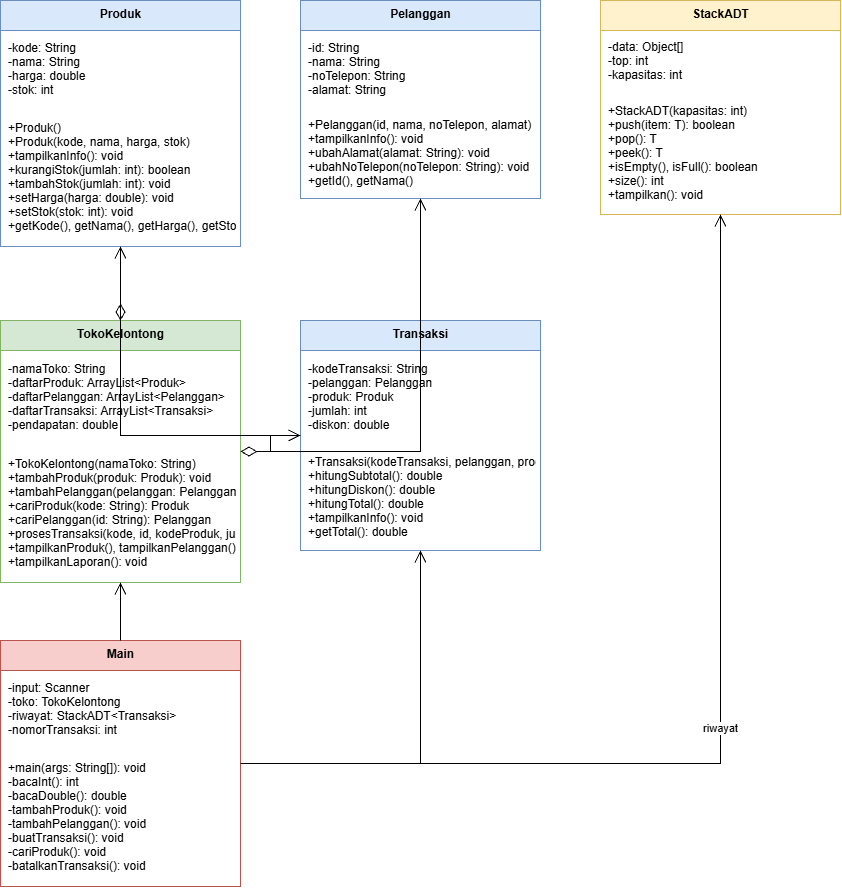
Before: diagram.drawio.png, a diagram exported from draw.io (q4ndeleu-cpu/UTS-PBO-22515062_QHARIN-PUTRI-AFIQAH). Source tidied: cells renumbered, new cells last; positions are measured from the earlier drawing's top-left corner, leaving out a move shared by most shapes. Its diagram source:
```xml
<mxGraphModel>
  <root>
    <mxCell id="0" />
    <mxCell id="1" parent="0" />
    <mxCell id="2" value="Produk" style="swimlane;fontStyle=1;align=center;verticalAlign=top;horizontal=1;startSize=30;html=1;fillColor=#dae8fc;strokeColor=#6c8ebf;" parent="1" vertex="1">
      <mxGeometry width="240" height="246" as="geometry" />
    </mxCell>
    <mxCell id="3" value="-kode: String&#10;-nama: String&#10;-harga: double&#10;-stok: int" style="text;align=left;verticalAlign=middle;spacingLeft=6;spacingRight=4;overflow=hidden;strokeColor=none;fillColor=none;" parent="2" vertex="1">
      <mxGeometry y="30" width="240" height="76" as="geometry" />
    </mxCell>
    <mxCell id="4" value="+Produk()&#10;+Produk(kode, nama, harga, stok)&#10;+tampilkanInfo(): void&#10;+kurangiStok(jumlah: int): boolean&#10;+tambahStok(jumlah: int): void&#10;+setHarga(harga: double): void&#10;+setStok(stok: int): void&#10;+getKode(), getNama(), getHarga(), getStok()" style="text;align=left;verticalAlign=middle;spacingLeft=6;spacingRight=4;overflow=hidden;strokeColor=none;fillColor=none;" parent="2" vertex="1">
      <mxGeometry y="106" width="240" height="140" as="geometry" />
    </mxCell>
    <mxCell id="5" value="Pelanggan" style="swimlane;fontStyle=1;align=center;verticalAlign=top;horizontal=1;startSize=30;html=1;fillColor=#dae8fc;strokeColor=#6c8ebf;" parent="1" vertex="1">
      <mxGeometry x="300" width="240" height="198" as="geometry" />
    </mxCell>
    <mxCell id="6" value="-id: String&#10;-nama: String&#10;-noTelepon: String&#10;-alamat: String" style="text;align=left;verticalAlign=middle;spacingLeft=6;spacingRight=4;overflow=hidden;strokeColor=none;fillColor=none;" parent="5" vertex="1">
      <mxGeometry y="30" width="240" height="76" as="geometry" />
    </mxCell>
    <mxCell id="7" value="+Pelanggan(id, nama, noTelepon, alamat)&#10;+tampilkanInfo(): void&#10;+ubahAlamat(alamat: String): void&#10;+ubahNoTelepon(noTelepon: String): void&#10;+getId(), getNama()" style="text;align=left;verticalAlign=middle;spacingLeft=6;spacingRight=4;overflow=hidden;strokeColor=none;fillColor=none;" parent="5" vertex="1">
      <mxGeometry y="106" width="240" height="92" as="geometry" />
    </mxCell>
    <mxCell id="8" value="StackADT&lt;T&gt;" style="swimlane;fontStyle=1;align=center;verticalAlign=top;horizontal=1;startSize=30;html=1;fillColor=#fff2cc;strokeColor=#d6b656;" parent="1" vertex="1">
      <mxGeometry x="600" width="240" height="214" as="geometry" />
    </mxCell>
    <mxCell id="9" value="-data: Object[]&#10;-top: int&#10;-kapasitas: int" style="text;align=left;verticalAlign=middle;spacingLeft=6;spacingRight=4;overflow=hidden;strokeColor=none;fillColor=none;" parent="8" vertex="1">
      <mxGeometry y="30" width="240" height="60" as="geometry" />
    </mxCell>
    <mxCell id="10" value="+StackADT(kapasitas: int)&#10;+push(item: T): boolean&#10;+pop(): T&#10;+peek(): T&#10;+isEmpty(), isFull(): boolean&#10;+size(): int&#10;+tampilkan(): void" style="text;align=left;verticalAlign=middle;spacingLeft=6;spacingRight=4;overflow=hidden;strokeColor=none;fillColor=none;" parent="8" vertex="1">
      <mxGeometry y="90" width="240" height="124" as="geometry" />
    </mxCell>
    <mxCell id="11" value="TokoKelontong" style="swimlane;fontStyle=1;align=center;verticalAlign=top;horizontal=1;startSize=30;html=1;fillColor=#d5e8d4;strokeColor=#82b366;" parent="1" vertex="1">
      <mxGeometry y="320" width="240" height="262" as="geometry" />
    </mxCell>
    <mxCell id="12" value="-namaToko: String&#10;-daftarProduk: ArrayList&lt;Produk&gt;&#10;-daftarPelanggan: ArrayList&lt;Pelanggan&gt;&#10;-daftarTransaksi: ArrayList&lt;Transaksi&gt;&#10;-pendapatan: double" style="text;align=left;verticalAlign=middle;spacingLeft=6;spacingRight=4;overflow=hidden;strokeColor=none;fillColor=none;" parent="11" vertex="1">
      <mxGeometry y="30" width="240" height="92" as="geometry" />
    </mxCell>
    <mxCell id="13" value="+TokoKelontong(namaToko: String)&#10;+tambahProduk(produk: Produk): void&#10;+tambahPelanggan(pelanggan: Pelanggan): void&#10;+cariProduk(kode: String): Produk&#10;+cariPelanggan(id: String): Pelanggan&#10;+prosesTransaksi(kode, id, kodeProduk, jumlah, diskon): Transaksi&#10;+tampilkanProduk(), tampilkanPelanggan(): void&#10;+tampilkanLaporan(): void" style="text;align=left;verticalAlign=middle;spacingLeft=6;spacingRight=4;overflow=hidden;strokeColor=none;fillColor=none;" parent="11" vertex="1">
      <mxGeometry y="122" width="240" height="140" as="geometry" />
    </mxCell>
    <mxCell id="14" value="Transaksi" style="swimlane;fontStyle=1;align=center;verticalAlign=top;horizontal=1;startSize=30;html=1;fillColor=#dae8fc;strokeColor=#6c8ebf;" parent="1" vertex="1">
      <mxGeometry x="300" y="320" width="240" height="230" as="geometry" />
    </mxCell>
    <mxCell id="15" value="-kodeTransaksi: String&#10;-pelanggan: Pelanggan&#10;-produk: Produk&#10;-jumlah: int&#10;-diskon: double" style="text;align=left;verticalAlign=middle;spacingLeft=6;spacingRight=4;overflow=hidden;strokeColor=none;fillColor=none;" parent="14" vertex="1">
      <mxGeometry y="30" width="240" height="92" as="geometry" />
    </mxCell>
    <mxCell id="16" value="+Transaksi(kodeTransaksi, pelanggan, produk, jumlah, diskon)&#10;+hitungSubtotal(): double&#10;+hitungDiskon(): double&#10;+hitungTotal(): double&#10;+tampilkanInfo(): void&#10;+getTotal(): double" style="text;align=left;verticalAlign=middle;spacingLeft=6;spacingRight=4;overflow=hidden;strokeColor=none;fillColor=none;" parent="14" vertex="1">
      <mxGeometry y="122" width="240" height="108" as="geometry" />
    </mxCell>
    <mxCell id="17" value="Main" style="swimlane;fontStyle=1;align=center;verticalAlign=top;horizontal=1;startSize=30;html=1;fillColor=#f8cecc;strokeColor=#b85450;" parent="1" vertex="1">
      <mxGeometry y="640" width="240" height="246" as="geometry" />
    </mxCell>
    <mxCell id="18" value="-input: Scanner&#10;-toko: TokoKelontong&#10;-riwayat: StackADT&lt;Transaksi&gt;&#10;-nomorTransaksi: int" style="text;align=left;verticalAlign=middle;spacingLeft=6;spacingRight=4;overflow=hidden;strokeColor=none;fillColor=none;" parent="17" vertex="1">
      <mxGeometry y="30" width="240" height="76" as="geometry" />
    </mxCell>
    <mxCell id="19" value="+main(args: String[]): void&#10;-bacaInt(): int&#10;-bacaDouble(): double&#10;-tambahProduk(): void&#10;-tambahPelanggan(): void&#10;-buatTransaksi(): void&#10;-cariProduk(): void&#10;-batalkanTransaksi(): void" style="text;align=left;verticalAlign=middle;spacingLeft=6;spacingRight=4;overflow=hidden;strokeColor=none;fillColor=none;" parent="17" vertex="1">
      <mxGeometry y="106" width="240" height="140" as="geometry" />
    </mxCell>
    <mxCell id="20" style="edgeStyle=orthogonalEdgeStyle;rounded=0;html=1;startArrow=diamondThin;startFill=0;startSize=14;endArrow=open;endFill=0;endSize=10;" parent="1" edge="1" source="11" target="2">
      <mxGeometry relative="1" as="geometry" />
    </mxCell>
    <mxCell id="21" style="edgeStyle=orthogonalEdgeStyle;rounded=0;html=1;startArrow=diamondThin;startFill=0;startSize=14;endArrow=open;endFill=0;endSize=10;" parent="1" edge="1" source="11" target="5">
      <mxGeometry relative="1" as="geometry" />
    </mxCell>
    <mxCell id="22" style="edgeStyle=orthogonalEdgeStyle;rounded=0;html=1;startArrow=diamondThin;startFill=0;startSize=14;endArrow=open;endFill=0;endSize=10;" parent="1" edge="1" source="11" target="14">
      <mxGeometry relative="1" as="geometry" />
    </mxCell>
    <mxCell id="23" style="edgeStyle=orthogonalEdgeStyle;rounded=0;html=1;endArrow=open;endSize=10;" parent="1" edge="1" source="14" target="5">
      <mxGeometry relative="1" as="geometry" />
    </mxCell>
    <mxCell id="24" style="edgeStyle=orthogonalEdgeStyle;rounded=0;html=1;endArrow=open;endSize=10;" parent="1" edge="1" source="14" target="2">
      <mxGeometry relative="1" as="geometry" />
    </mxCell>
    <mxCell id="25" style="edgeStyle=orthogonalEdgeStyle;rounded=0;html=1;endArrow=open;endSize=10;" parent="1" edge="1" source="17" target="11">
      <mxGeometry relative="1" as="geometry" />
    </mxCell>
    <mxCell id="26" style="edgeStyle=orthogonalEdgeStyle;rounded=0;html=1;endArrow=open;endSize=10;" parent="1" edge="1" source="17" target="14">
      <mxGeometry relative="1" as="geometry" />
    </mxCell>
    <mxCell id="27" value="riwayat" style="edgeStyle=orthogonalEdgeStyle;rounded=0;html=1;endArrow=open;endSize=10;labelBackgroundColor=default;" parent="1" edge="1" source="17" target="8">
      <mxGeometry relative="1" as="geometry" />
    </mxCell>
  </root>
</mxGraphModel>
```
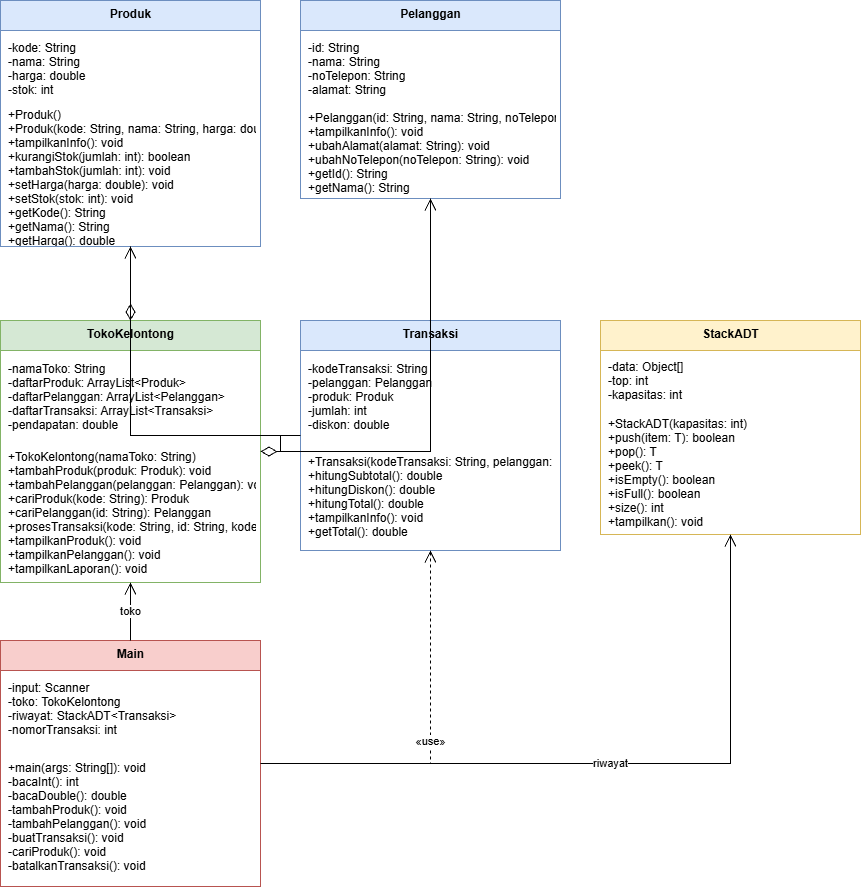
After the commit.

What changed in the source:
```diff
@@ -3,66 +3,66 @@
     <mxCell id="0" />
     <mxCell id="1" parent="0" />
     <mxCell id="2" value="Produk" style="swimlane;fontStyle=1;align=center;verticalAlign=top;horizontal=1;startSize=30;html=1;fillColor=#dae8fc;strokeColor=#6c8ebf;" parent="1" vertex="1">
-      <mxGeometry width="240" height="246" as="geometry" />
+      <mxGeometry width="260" height="246" as="geometry" />
     </mxCell>
     <mxCell id="3" value="-kode: String&#10;-nama: String&#10;-harga: double&#10;-stok: int" style="text;align=left;verticalAlign=middle;spacingLeft=6;spacingRight=4;overflow=hidden;strokeColor=none;fillColor=none;" parent="2" vertex="1">
-      <mxGeometry y="30" width="240" height="76" as="geometry" />
+      <mxGeometry y="30" width="260" height="76" as="geometry" />
     </mxCell>
-    <mxCell id="4" value="+Produk()&#10;+Produk(kode, nama, harga, stok)&#10;+tampilkanInfo(): void&#10;+kurangiStok(jumlah: int): boolean&#10;+tambahStok(jumlah: int): void&#10;+setHarga(harga: double): void&#10;+setStok(stok: int): void&#10;+getKode(), getNama(), getHarga(), getStok()" style="text;align=left;verticalAlign=middle;spacingLeft=6;spacingRight=4;overflow=hidden;strokeColor=none;fillColor=none;" parent="2" vertex="1">
-      <mxGeometry y="106" width="240" height="140" as="geometry" />
+    <mxCell id="4" value="+Produk()&#10;+Produk(kode: String, nama: String, harga: double, stok: int)&#10;+tampilkanInfo(): void&#10;+kurangiStok(jumlah: int): boolean&#10;+tambahStok(jumlah: int): void&#10;+setHarga(harga: double): void&#10;+setStok(stok: int): void&#10;+getKode(): String&#10;+getNama(): String&#10;+getHarga(): double&#10;+getStok(): int" style="text;align=left;verticalAlign=middle;spacingLeft=6;spacingRight=4;overflow=hidden;strokeColor=none;fillColor=none;" parent="2" vertex="1">
+      <mxGeometry y="106" width="260" height="140" as="geometry" />
     </mxCell>
     <mxCell id="5" value="Pelanggan" style="swimlane;fontStyle=1;align=center;verticalAlign=top;horizontal=1;startSize=30;html=1;fillColor=#dae8fc;strokeColor=#6c8ebf;" parent="1" vertex="1">
-      <mxGeometry x="300" width="240" height="198" as="geometry" />
+      <mxGeometry x="300" width="260" height="198" as="geometry" />
     </mxCell>
     <mxCell id="6" value="-id: String&#10;-nama: String&#10;-noTelepon: String&#10;-alamat: String" style="text;align=left;verticalAlign=middle;spacingLeft=6;spacingRight=4;overflow=hidden;strokeColor=none;fillColor=none;" parent="5" vertex="1">
-      <mxGeometry y="30" width="240" height="76" as="geometry" />
+      <mxGeometry y="30" width="260" height="76" as="geometry" />
     </mxCell>
-    <mxCell id="7" value="+Pelanggan(id, nama, noTelepon, alamat)&#10;+tampilkanInfo(): void&#10;+ubahAlamat(alamat: String): void&#10;+ubahNoTelepon(noTelepon: String): void&#10;+getId(), getNama()" style="text;align=left;verticalAlign=middle;spacingLeft=6;spacingRight=4;overflow=hidden;strokeColor=none;fillColor=none;" parent="5" vertex="1">
-      <mxGeometry y="106" width="240" height="92" as="geometry" />
+    <mxCell id="7" value="+Pelanggan(id: String, nama: String, noTelepon: String, alamat: String)&#10;+tampilkanInfo(): void&#10;+ubahAlamat(alamat: String): void&#10;+ubahNoTelepon(noTelepon: String): void&#10;+getId(): String&#10;+getNama(): String" style="text;align=left;verticalAlign=middle;spacingLeft=6;spacingRight=4;overflow=hidden;strokeColor=none;fillColor=none;" parent="5" vertex="1">
+      <mxGeometry y="106" width="260" height="92" as="geometry" />
     </mxCell>
-    <mxCell id="8" value="StackADT&lt;T&gt;" style="swimlane;fontStyle=1;align=center;verticalAlign=top;horizontal=1;startSize=30;html=1;fillColor=#fff2cc;strokeColor=#d6b656;" parent="1" vertex="1">
-      <mxGeometry x="600" width="240" height="214" as="geometry" />
-    </mxCell>
-    <mxCell id="9" value="-data: Object[]&#10;-top: int&#10;-kapasitas: int" style="text;align=left;verticalAlign=middle;spacingLeft=6;spacingRight=4;overflow=hidden;strokeColor=none;fillColor=none;" parent="8" vertex="1">
-      <mxGeometry y="30" width="240" height="60" as="geometry" />
-    </mxCell>
-    <mxCell id="10" value="+StackADT(kapasitas: int)&#10;+push(item: T): boolean&#10;+pop(): T&#10;+peek(): T&#10;+isEmpty(), isFull(): boolean&#10;+size(): int&#10;+tampilkan(): void" style="text;align=left;verticalAlign=middle;spacingLeft=6;spacingRight=4;overflow=hidden;strokeColor=none;fillColor=none;" parent="8" vertex="1">
-      <mxGeometry y="90" width="240" height="124" as="geometry" />
-    </mxCell>
     <mxCell id="11" value="TokoKelontong" style="swimlane;fontStyle=1;align=center;verticalAlign=top;horizontal=1;startSize=30;html=1;fillColor=#d5e8d4;strokeColor=#82b366;" parent="1" vertex="1">
-      <mxGeometry y="320" width="240" height="262" as="geometry" />
+      <mxGeometry y="320" width="260" height="262" as="geometry" />
     </mxCell>
     <mxCell id="12" value="-namaToko: String&#10;-daftarProduk: ArrayList&lt;Produk&gt;&#10;-daftarPelanggan: ArrayList&lt;Pelanggan&gt;&#10;-daftarTransaksi: ArrayList&lt;Transaksi&gt;&#10;-pendapatan: double" style="text;align=left;verticalAlign=middle;spacingLeft=6;spacingRight=4;overflow=hidden;strokeColor=none;fillColor=none;" parent="11" vertex="1">
-      <mxGeometry y="30" width="240" height="92" as="geometry" />
+      <mxGeometry y="30" width="260" height="92" as="geometry" />
     </mxCell>
-    <mxCell id="13" value="+TokoKelontong(namaToko: String)&#10;+tambahProduk(produk: Produk): void&#10;+tambahPelanggan(pelanggan: Pelanggan): void&#10;+cariProduk(kode: String): Produk&#10;+cariPelanggan(id: String): Pelanggan&#10;+prosesTransaksi(kode, id, kodeProduk, jumlah, diskon): Transaksi&#10;+tampilkanProduk(), tampilkanPelanggan(): void&#10;+tampilkanLaporan(): void" style="text;align=left;verticalAlign=middle;spacingLeft=6;spacingRight=4;overflow=hidden;strokeColor=none;fillColor=none;" parent="11" vertex="1">
-      <mxGeometry y="122" width="240" height="140" as="geometry" />
+    <mxCell id="13" value="+TokoKelontong(namaToko: String)&#10;+tambahProduk(produk: Produk): void&#10;+tambahPelanggan(pelanggan: Pelanggan): void&#10;+cariProduk(kode: String): Produk&#10;+cariPelanggan(id: String): Pelanggan&#10;+prosesTransaksi(kode: String, id: String, kodeProduk: String, jumlah: int, diskon: double): Transaksi&#10;+tampilkanProduk(): void&#10;+tampilkanPelanggan(): void&#10;+tampilkanLaporan(): void" style="text;align=left;verticalAlign=middle;spacingLeft=6;spacingRight=4;overflow=hidden;strokeColor=none;fillColor=none;" parent="11" vertex="1">
+      <mxGeometry y="122" width="260" height="140" as="geometry" />
     </mxCell>
     <mxCell id="14" value="Transaksi" style="swimlane;fontStyle=1;align=center;verticalAlign=top;horizontal=1;startSize=30;html=1;fillColor=#dae8fc;strokeColor=#6c8ebf;" parent="1" vertex="1">
-      <mxGeometry x="300" y="320" width="240" height="230" as="geometry" />
+      <mxGeometry x="300" y="320" width="260" height="230" as="geometry" />
     </mxCell>
     <mxCell id="15" value="-kodeTransaksi: String&#10;-pelanggan: Pelanggan&#10;-produk: Produk&#10;-jumlah: int&#10;-diskon: double" style="text;align=left;verticalAlign=middle;spacingLeft=6;spacingRight=4;overflow=hidden;strokeColor=none;fillColor=none;" parent="14" vertex="1">
-      <mxGeometry y="30" width="240" height="92" as="geometry" />
+      <mxGeometry y="30" width="260" height="92" as="geometry" />
     </mxCell>
-    <mxCell id="16" value="+Transaksi(kodeTransaksi, pelanggan, produk, jumlah, diskon)&#10;+hitungSubtotal(): double&#10;+hitungDiskon(): double&#10;+hitungTotal(): double&#10;+tampilkanInfo(): void&#10;+getTotal(): double" style="text;align=left;verticalAlign=middle;spacingLeft=6;spacingRight=4;overflow=hidden;strokeColor=none;fillColor=none;" parent="14" vertex="1">
-      <mxGeometry y="122" width="240" height="108" as="geometry" />
+    <mxCell id="16" value="+Transaksi(kodeTransaksi: String, pelanggan: Pelanggan, produk: Produk, jumlah: int, diskon: double)&#10;+hitungSubtotal(): double&#10;+hitungDiskon(): double&#10;+hitungTotal(): double&#10;+tampilkanInfo(): void&#10;+getTotal(): double" style="text;align=left;verticalAlign=middle;spacingLeft=6;spacingRight=4;overflow=hidden;strokeColor=none;fillColor=none;" parent="14" vertex="1">
+      <mxGeometry y="122" width="260" height="108" as="geometry" />
     </mxCell>
+    <mxCell id="8" value="StackADT&lt;T&gt;" style="swimlane;fontStyle=1;align=center;verticalAlign=top;horizontal=1;startSize=30;html=1;fillColor=#fff2cc;strokeColor=#d6b656;" parent="1" vertex="1">
+      <mxGeometry x="600" y="320" width="260" height="214" as="geometry" />
+    </mxCell>
+    <mxCell id="9" value="-data: Object[]&#10;-top: int&#10;-kapasitas: int" style="text;align=left;verticalAlign=middle;spacingLeft=6;spacingRight=4;overflow=hidden;strokeColor=none;fillColor=none;" parent="8" vertex="1">
+      <mxGeometry y="30" width="260" height="60" as="geometry" />
+    </mxCell>
+    <mxCell id="10" value="+StackADT(kapasitas: int)&#10;+push(item: T): boolean&#10;+pop(): T&#10;+peek(): T&#10;+isEmpty(): boolean&#10;+isFull(): boolean&#10;+size(): int&#10;+tampilkan(): void" style="text;align=left;verticalAlign=middle;spacingLeft=6;spacingRight=4;overflow=hidden;strokeColor=none;fillColor=none;" parent="8" vertex="1">
+      <mxGeometry y="90" width="260" height="124" as="geometry" />
+    </mxCell>
     <mxCell id="17" value="Main" style="swimlane;fontStyle=1;align=center;verticalAlign=top;horizontal=1;startSize=30;html=1;fillColor=#f8cecc;strokeColor=#b85450;" parent="1" vertex="1">
-      <mxGeometry y="640" width="240" height="246" as="geometry" />
+      <mxGeometry y="640" width="260" height="246" as="geometry" />
     </mxCell>
     <mxCell id="18" value="-input: Scanner&#10;-toko: TokoKelontong&#10;-riwayat: StackADT&lt;Transaksi&gt;&#10;-nomorTransaksi: int" style="text;align=left;verticalAlign=middle;spacingLeft=6;spacingRight=4;overflow=hidden;strokeColor=none;fillColor=none;" parent="17" vertex="1">
-      <mxGeometry y="30" width="240" height="76" as="geometry" />
+      <mxGeometry y="30" width="260" height="76" as="geometry" />
     </mxCell>
     <mxCell id="19" value="+main(args: String[]): void&#10;-bacaInt(): int&#10;-bacaDouble(): double&#10;-tambahProduk(): void&#10;-tambahPelanggan(): void&#10;-buatTransaksi(): void&#10;-cariProduk(): void&#10;-batalkanTransaksi(): void" style="text;align=left;verticalAlign=middle;spacingLeft=6;spacingRight=4;overflow=hidden;strokeColor=none;fillColor=none;" parent="17" vertex="1">
-      <mxGeometry y="106" width="240" height="140" as="geometry" />
+      <mxGeometry y="106" width="260" height="140" as="geometry" />
     </mxCell>
-    <mxCell id="20" style="edgeStyle=orthogonalEdgeStyle;rounded=0;html=1;startArrow=diamondThin;startFill=0;startSize=14;endArrow=open;endFill=0;endSize=10;" parent="1" edge="1" source="11" target="2">
+    <mxCell id="20" style="edgeStyle=orthogonalEdgeStyle;rounded=0;html=1;startArrow=diamondThin;startFill=0;startSize=14;endArrow=none;" parent="1" edge="1" source="11" target="2">
       <mxGeometry relative="1" as="geometry" />
     </mxCell>
-    <mxCell id="21" style="edgeStyle=orthogonalEdgeStyle;rounded=0;html=1;startArrow=diamondThin;startFill=0;startSize=14;endArrow=open;endFill=0;endSize=10;" parent="1" edge="1" source="11" target="5">
+    <mxCell id="21" style="edgeStyle=orthogonalEdgeStyle;rounded=0;html=1;startArrow=diamondThin;startFill=0;startSize=14;endArrow=none;" parent="1" edge="1" source="11" target="5">
       <mxGeometry relative="1" as="geometry" />
     </mxCell>
-    <mxCell id="22" style="edgeStyle=orthogonalEdgeStyle;rounded=0;html=1;startArrow=diamondThin;startFill=0;startSize=14;endArrow=open;endFill=0;endSize=10;" parent="1" edge="1" source="11" target="14">
+    <mxCell id="22" style="edgeStyle=orthogonalEdgeStyle;rounded=0;html=1;startArrow=diamondThin;startFill=0;startSize=14;endArrow=none;" parent="1" edge="1" source="11" target="14">
       <mxGeometry relative="1" as="geometry" />
     </mxCell>
     <mxCell id="23" style="edgeStyle=orthogonalEdgeStyle;rounded=0;html=1;endArrow=open;endSize=10;" parent="1" edge="1" source="14" target="5">
@@ -71,14 +71,14 @@
     <mxCell id="24" style="edgeStyle=orthogonalEdgeStyle;rounded=0;html=1;endArrow=open;endSize=10;" parent="1" edge="1" source="14" target="2">
       <mxGeometry relative="1" as="geometry" />
     </mxCell>
-    <mxCell id="25" style="edgeStyle=orthogonalEdgeStyle;rounded=0;html=1;endArrow=open;endSize=10;" parent="1" edge="1" source="17" target="11">
+    <mxCell id="25" value="toko" style="edgeStyle=orthogonalEdgeStyle;rounded=0;html=1;endArrow=open;endSize=10;labelBackgroundColor=default;" parent="1" edge="1" source="17" target="11">
       <mxGeometry relative="1" as="geometry" />
     </mxCell>
+    <mxCell id="27" value="riwayat" style="edgeStyle=orthogonalEdgeStyle;rounded=0;html=1;endArrow=open;endSize=10;labelBackgroundColor=default;" parent="1" edge="1" source="17" target="8">
+      <mxGeometry relative="1" as="geometry" />
+    </mxCell>
-    <mxCell id="26" style="edgeStyle=orthogonalEdgeStyle;rounded=0;html=1;endArrow=open;endSize=10;" parent="1" edge="1" source="17" target="14">
+    <mxCell id="26" value="«use»" style="edgeStyle=orthogonalEdgeStyle;rounded=0;html=1;dashed=1;endArrow=open;endSize=10;labelBackgroundColor=default;" parent="1" edge="1" source="17" target="14">
       <mxGeometry relative="1" as="geometry" />
     </mxCell>
-    <mxCell id="27" value="riwayat" style="edgeStyle=orthogonalEdgeStyle;rounded=0;html=1;endArrow=open;endSize=10;labelBackgroundColor=default;" parent="1" edge="1" source="17" target="8">
-      <mxGeometry relative="1" as="geometry" />
-    </mxCell>
   </root>
 </mxGraphModel>
```
